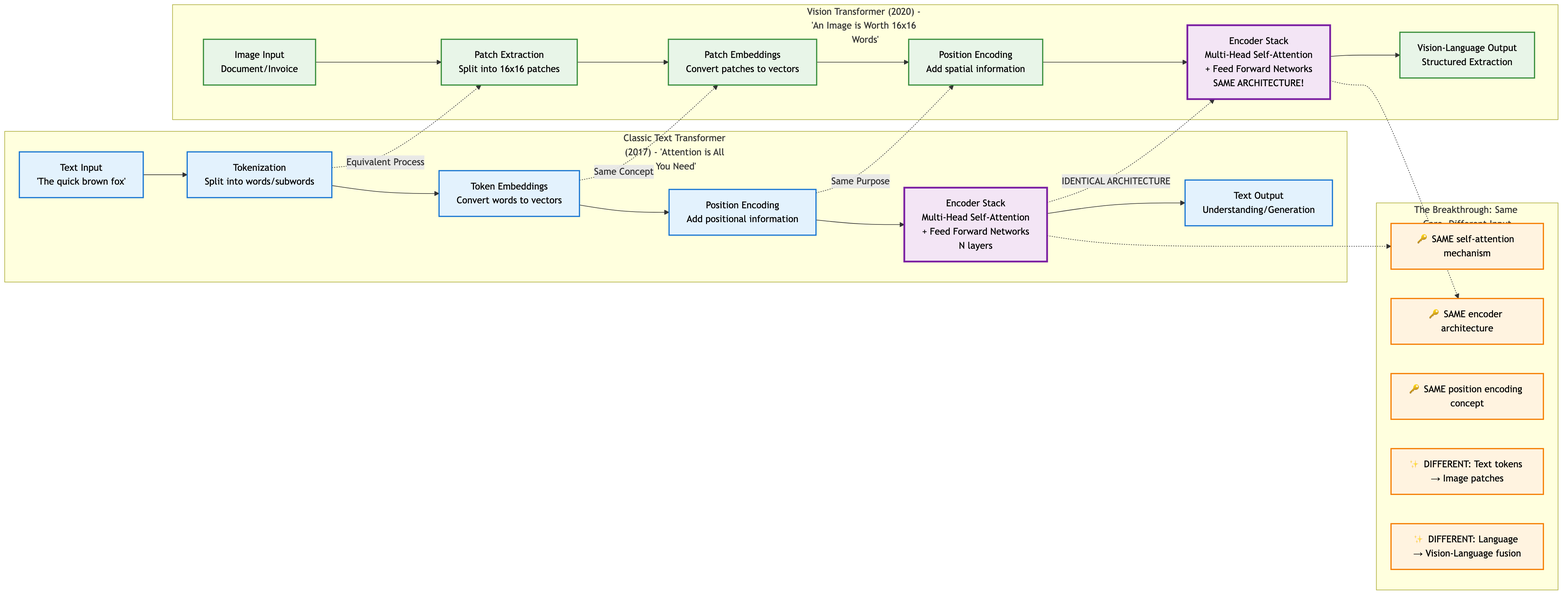
The Mermaid diagram presentation_materials/presentation_diagrams/mermaid_exports/Text_vs_Vision_Transformer_Comparison.png in tmnestor/unified_vision_processor_minimal, before a commit. Its source is kept beside it as presentation_materials/presentation_diagrams/mermaid_exports/Text_vs_Vision_Transformer_Comparison.mmd. Source of this version:
```mermaid
graph LR
    subgraph textside ["Classic Text Transformer (2017) - 'Attention is All You Need'"]
        T1[Text Input<br/>'The quick brown fox'] --> T2[Tokenization<br/>Split into words/subwords] --> T3[Token Embeddings<br/>Convert words to vectors] --> T4[Position Encoding<br/>Add positional information]
        T4 --> T5[Encoder Stack<br/>Multi-Head Self-Attention<br/>+ Feed Forward Networks<br/>N layers]
        T5 --> T6[Text Output<br/>Understanding/Generation]
    end

    subgraph visionside ["Vision Transformer (2020) - 'An Image is Worth 16x16 Words'"]
        V1[Image Input<br/>Document/Invoice] --> V2[Patch Extraction<br/>Split into 16x16 patches] --> V3[Patch Embeddings<br/>Convert patches to vectors] --> V4[Position Encoding<br/>Add spatial information]
        V4 --> V5[Encoder Stack<br/>Multi-Head Self-Attention<br/>+ Feed Forward Networks<br/>SAME ARCHITECTURE!]
        V5 --> V6[Vision-Language Output<br/>Structured Extraction]
    end

    subgraph breakthrough ["The Breakthrough: Same Core, Different Input"]
        B1[🔑 SAME self-attention mechanism]
        B2[🔑 SAME encoder architecture]
        B3[🔑 SAME position encoding concept]
        B4[✨ DIFFERENT: Text tokens → Image patches]
        B5[✨ DIFFERENT: Language → Vision-Language fusion]
    end

    T2 -.->|Equivalent Process| V2
    T3 -.->|Same Concept| V3
    T4 -.->|Same Purpose| V4
    T5 -.->|IDENTICAL ARCHITECTURE| V5

    T5 -.-> B1
    V5 -.-> B2

    classDef textNode fill:#e3f2fd,stroke:#1976d2,stroke-width:2px,color:#000
    classDef visionNode fill:#e8f5e8,stroke:#388e3c,stroke-width:2px,color:#000
    classDef breakthroughNode fill:#fff3e0,stroke:#f57c00,stroke-width:2px,color:#000
    classDef sameArch fill:#f3e5f5,stroke:#7b1fa2,stroke-width:3px,color:#000

    class T1,T2,T3,T4,T6 textNode
    class V1,V2,V3,V4,V6 visionNode
    class T5,V5 sameArch
    class B1,B2,B3,B4,B5 breakthroughNode
```
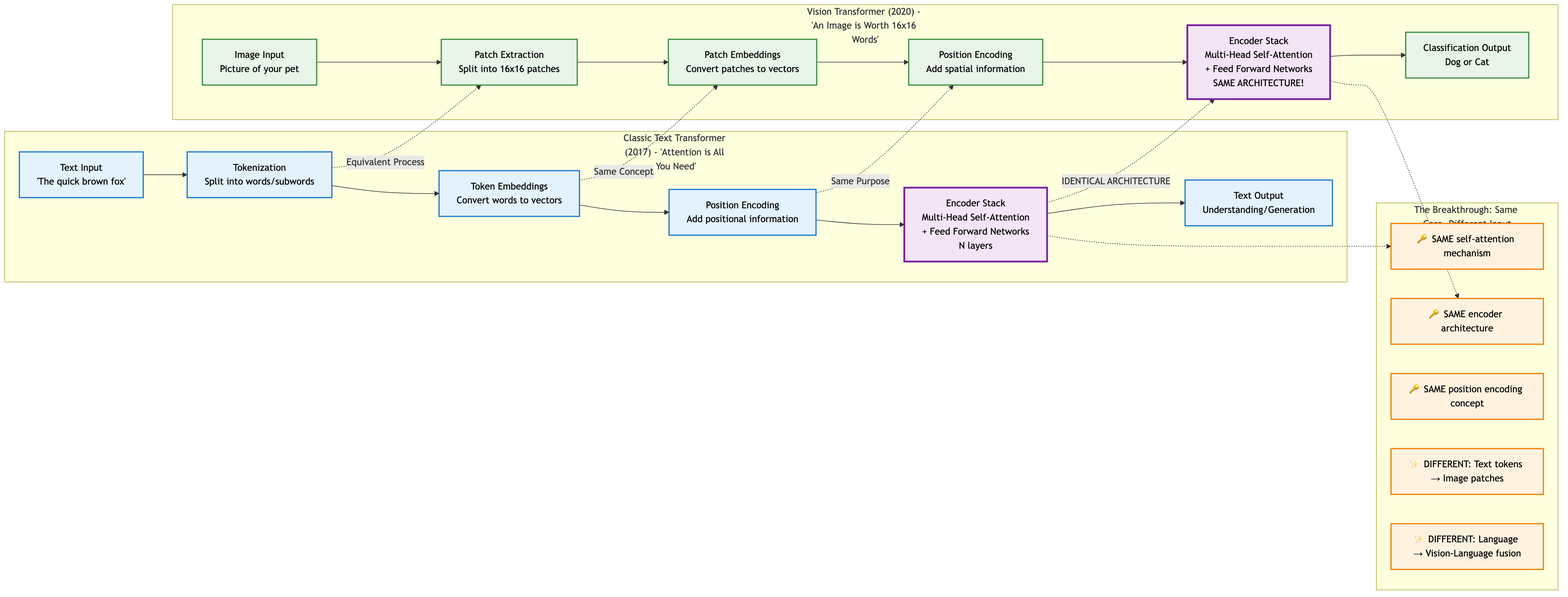
After the commit.

Commit message:
✨ feat: update diagrams and presentation materials for Vision-Language Models, enhancing clarity and detail in the architecture representations

Change to the diagram source:
```diff
@@ -6,9 +6,9 @@
     end
 
     subgraph visionside ["Vision Transformer (2020) - 'An Image is Worth 16x16 Words'"]
-        V1[Image Input<br/>Document/Invoice] --> V2[Patch Extraction<br/>Split into 16x16 patches] --> V3[Patch Embeddings<br/>Convert patches to vectors] --> V4[Position Encoding<br/>Add spatial information]
+        V1[Image Input<br/>Picture of your pet] --> V2[Patch Extraction<br/>Split into 16x16 patches] --> V3[Patch Embeddings<br/>Convert patches to vectors] --> V4[Position Encoding<br/>Add spatial information]
         V4 --> V5[Encoder Stack<br/>Multi-Head Self-Attention<br/>+ Feed Forward Networks<br/>SAME ARCHITECTURE!]
-        V5 --> V6[Vision-Language Output<br/>Structured Extraction]
+        V5 --> V6[Classification Output<br/>Dog or Cat]
     end
 
     subgraph breakthrough ["The Breakthrough: Same Core, Different Input"]
```
